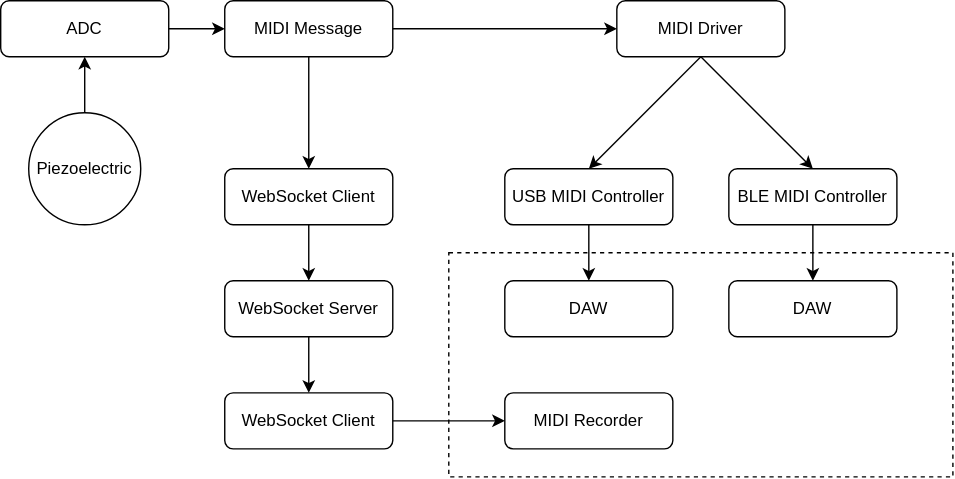
This is images/flow.drawio.svg from kamshory/ESP32DrumPad, a draw.io export, as it was before one commit. Source tidied: cells renumbered, new cells last; positions are measured from the earlier drawing's top-left corner, leaving out a move shared by most shapes.
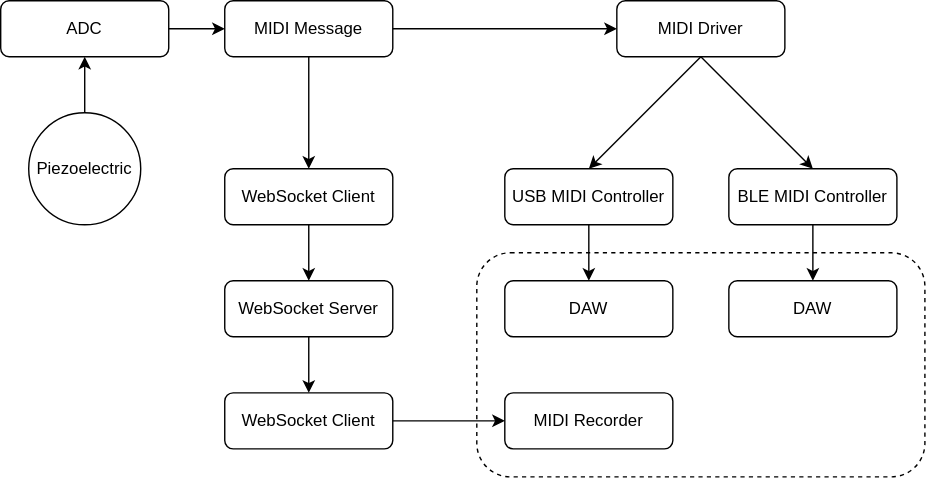
Above is the later version.

What changed in the source:
```diff
@@ -75,8 +75,8 @@
     <mxCell id="24" style="endArrow=classic;html=1;rounded=0;entryX=0.5;entryY=1;entryDx=0;entryDy=0;exitX=0.5;exitY=0;exitDx=0;exitDy=0;" parent="1" edge="1" source="23" target="2">
       <mxGeometry relative="1" as="geometry" />
     </mxCell>
-    <mxCell id="25" style="rounded=0;whiteSpace=wrap;html=1;fillColor=none;dashed=1;" parent="1" vertex="1">
-      <mxGeometry x="320" y="180" width="360" height="160" as="geometry" />
+    <mxCell id="25" style="rounded=1;whiteSpace=wrap;html=1;fillColor=none;dashed=1;" parent="1" vertex="1">
+      <mxGeometry x="340" y="180" width="320" height="160" as="geometry" />
     </mxCell>
   </root>
 </mxGraphModel>
```
